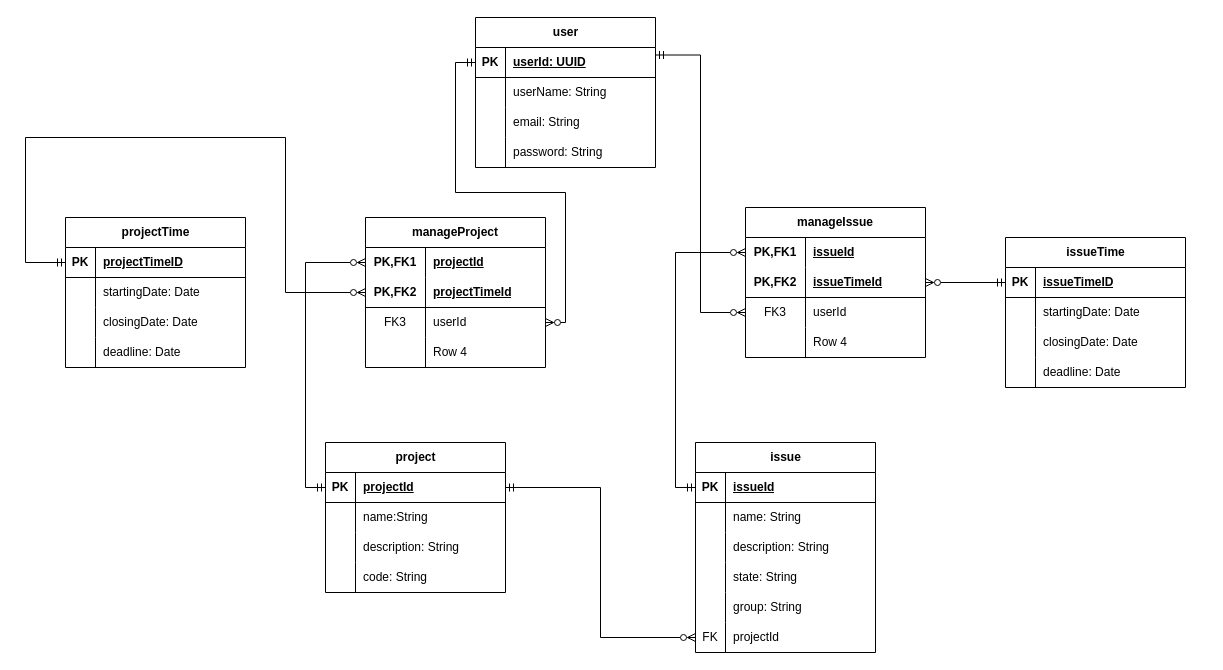
The draw.io diagram images/schema.drawio in andrevier/issue_tracker, before the edit. Source tidied: cells renumbered, new cells numbered last; positions are measured from the earlier drawing's top-left corner, leaving out a move shared by most shapes. Both pictures are drawn from the tidied source at 100%, with x=0, y=0 at pixel (25, 17).
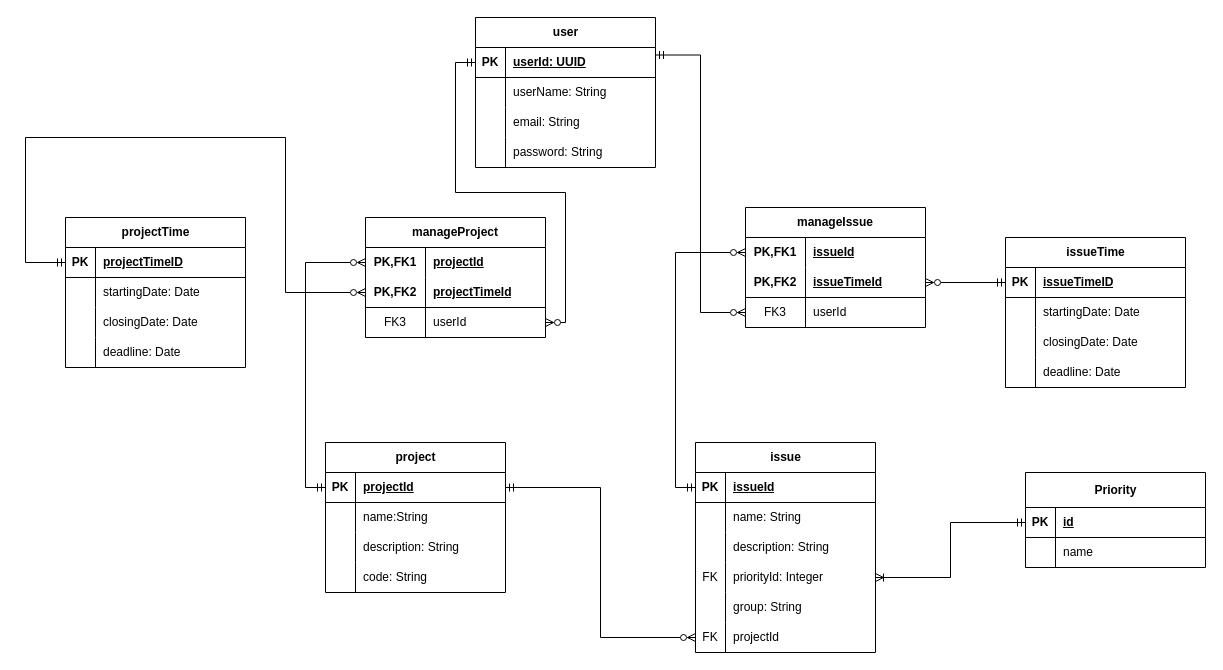
The same page after the edit.

Unchanged cells that the change refers to:
```xml
<mxCell id="38" style="shape=tableRow;horizontal=0;startSize=0;swimlaneHead=0;swimlaneBody=0;fillColor=none;points=[[0,0.5],[1,0.5]];portConstraint=eastwest;top=0;left=0;right=0;bottom=0;" parent="28" vertex="1">
  <mxGeometry y="120" width="180" height="30" as="geometry" />
</mxCell>
```

Change to the diagram source:
```diff
@@
-    <mxCell id="39" style="shape=partialRectangle;fillColor=none;top=0;left=0;bottom=0;right=0;overflow=hidden;whiteSpace=wrap;html=1;" parent="38" vertex="1">
+    <mxCell id="39" value="FK" style="shape=partialRectangle;fillColor=none;top=0;left=0;bottom=0;right=0;overflow=hidden;whiteSpace=wrap;html=1;" parent="38" vertex="1">
       <mxGeometry width="30" height="30" as="geometry" />
     </mxCell>
-    <mxCell id="40" value="state: String" style="shape=partialRectangle;fillColor=none;top=0;left=0;bottom=0;right=0;align=left;spacingLeft=6;overflow=hidden;whiteSpace=wrap;html=1;" parent="38" vertex="1">
+    <mxCell id="40" value="priorityId: Integer" style="shape=partialRectangle;fillColor=none;top=0;left=0;bottom=0;right=0;align=left;spacingLeft=6;overflow=hidden;whiteSpace=wrap;html=1;" parent="38" vertex="1">
       <mxGeometry x="30" width="150" height="30" as="geometry" />
     </mxCell>
@@
     <mxCell id="74" value="manageIssue" style="shape=table;startSize=30;childLayout=tableLayout;rowLines=0;fontStyle=1;align=center;html=1;whiteSpace=wrap;" parent="1" vertex="1">
-      <mxGeometry x="720" y="190" width="180" height="150" as="geometry" />
+      <mxGeometry x="720" y="190" width="180" height="120" as="geometry" />
     </mxCell>
@@
-    <mxCell id="84" style="shape=tableRow;horizontal=0;startSize=0;swimlaneHead=0;swimlaneBody=0;fillColor=none;top=0;left=0;right=0;bottom=0;html=1;" parent="74" vertex="1">
-      <mxGeometry y="120" width="180" height="30" as="geometry" />
-    </mxCell>
-    <mxCell id="85" style="shape=partialRectangle;fillColor=none;top=0;left=0;bottom=0;right=0;overflow=hidden;html=1;whiteSpace=wrap;" parent="84" vertex="1">
-      <mxGeometry width="60" height="30" as="geometry" />
-    </mxCell>
-    <mxCell id="86" value="Row 4" style="shape=partialRectangle;fillColor=none;top=0;left=0;bottom=0;right=0;align=left;spacingLeft=6;overflow=hidden;html=1;whiteSpace=wrap;" parent="84" vertex="1">
-      <mxGeometry x="60" width="120" height="30" as="geometry" />
-    </mxCell>
@@
     <mxCell id="90" value="manageProject" style="shape=table;startSize=30;childLayout=tableLayout;rowLines=0;fontStyle=1;align=center;html=1;whiteSpace=wrap;" parent="1" vertex="1">
-      <mxGeometry x="340" y="200" width="180" height="150" as="geometry" />
+      <mxGeometry x="340" y="200" width="180" height="120" as="geometry" />
     </mxCell>
@@
-    <mxCell id="100" style="shape=tableRow;horizontal=0;startSize=0;swimlaneHead=0;swimlaneBody=0;fillColor=none;top=0;left=0;right=0;bottom=0;html=1;" parent="90" vertex="1">
-      <mxGeometry y="120" width="180" height="30" as="geometry" />
-    </mxCell>
-    <mxCell id="101" style="shape=partialRectangle;fillColor=none;top=0;left=0;bottom=0;right=0;overflow=hidden;html=1;whiteSpace=wrap;" parent="100" vertex="1">
-      <mxGeometry width="60" height="30" as="geometry" />
-    </mxCell>
-    <mxCell id="102" value="Row 4" style="shape=partialRectangle;fillColor=none;top=0;left=0;bottom=0;right=0;align=left;spacingLeft=6;overflow=hidden;html=1;whiteSpace=wrap;" parent="100" vertex="1">
-      <mxGeometry x="60" width="120" height="30" as="geometry" />
-    </mxCell>
@@
+    <mxCell id="106" value="Priority" style="shape=table;startSize=35;childLayout=tableLayout;rowLines=0;fontStyle=1;align=center;html=1;" parent="1" vertex="1">
+      <mxGeometry x="1000" y="455" width="180" height="95" as="geometry" />
+    </mxCell>
+    <mxCell id="107" style="shape=tableRow;horizontal=0;startSize=0;swimlaneHead=0;swimlaneBody=0;fillColor=none;points=[[0,0.5],[1,0.5]];portConstraint=eastwest;top=0;left=0;right=0;bottom=1;" parent="106" vertex="1">
+      <mxGeometry y="35" width="180" height="30" as="geometry" />
+    </mxCell>
+    <mxCell id="108" value="PK" style="shape=partialRectangle;fillColor=none;top=0;left=0;bottom=0;right=0;fontStyle=1;overflow=hidden;whiteSpace=wrap;html=1;" parent="107" vertex="1">
+      <mxGeometry width="30" height="30" as="geometry" />
+    </mxCell>
+    <mxCell id="109" value="id" style="shape=partialRectangle;fillColor=none;top=0;left=0;bottom=0;right=0;align=left;spacingLeft=6;fontStyle=5;overflow=hidden;whiteSpace=wrap;html=1;" parent="107" vertex="1">
+      <mxGeometry x="30" width="150" height="30" as="geometry" />
+    </mxCell>
+    <mxCell id="110" style="shape=tableRow;horizontal=0;startSize=0;swimlaneHead=0;swimlaneBody=0;fillColor=none;top=0;left=0;right=0;bottom=0;" parent="106" vertex="1">
+      <mxGeometry y="65" width="180" height="30" as="geometry" />
+    </mxCell>
+    <mxCell id="111" style="shape=partialRectangle;fillColor=none;top=0;left=0;bottom=0;right=0;overflow=hidden;whiteSpace=wrap;html=1;" parent="110" vertex="1">
+      <mxGeometry width="30" height="30" as="geometry" />
+    </mxCell>
+    <mxCell id="112" value="name" style="shape=partialRectangle;fillColor=none;top=0;left=0;bottom=0;right=0;align=left;spacingLeft=6;overflow=hidden;whiteSpace=wrap;html=1;" parent="110" vertex="1">
+      <mxGeometry x="30" width="150" height="30" as="geometry" />
+    </mxCell>
+    <mxCell id="113" style="edgeStyle=orthogonalEdgeStyle;rounded=0;jettySize=auto;html=1;exitX=1;exitY=0.5;exitDx=0;exitDy=0;entryX=0;entryY=0.5;entryDx=0;entryDy=0;endArrow=ERmandOne;endFill=0;startArrow=ERoneToMany;startFill=0;" parent="1" edge="1" source="38" target="107">
+      <mxGeometry relative="1" as="geometry" />
+    </mxCell>
```
